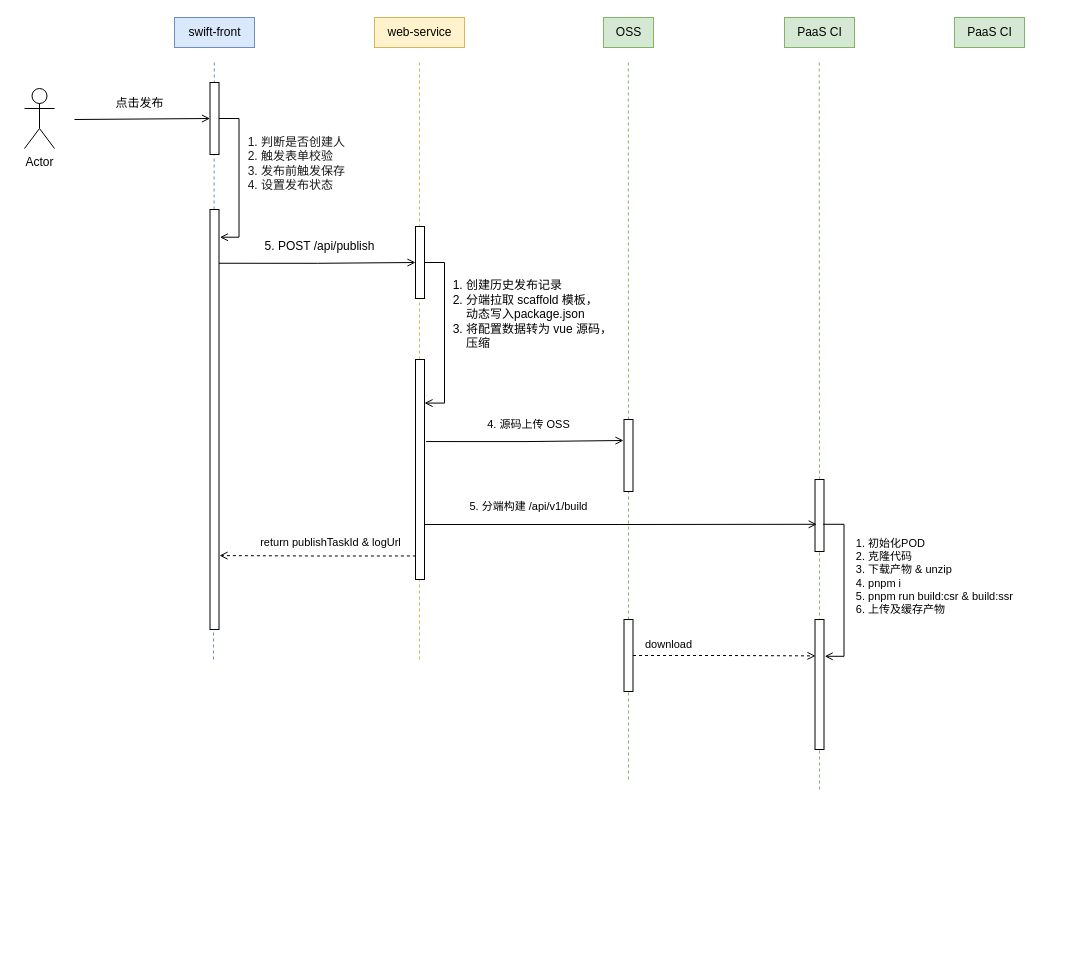
Above: publish/未命名绘图.drawio in shubinla/draw.io (draw.io), before the change. Source tidied: cells renumbered, new cells numbered last; positions are measured from the earlier drawing's top-left corner, leaving out a move shared by most shapes. Both pictures are drawn from the tidied source at 100%, with x=0, y=0 at pixel (24, 17).
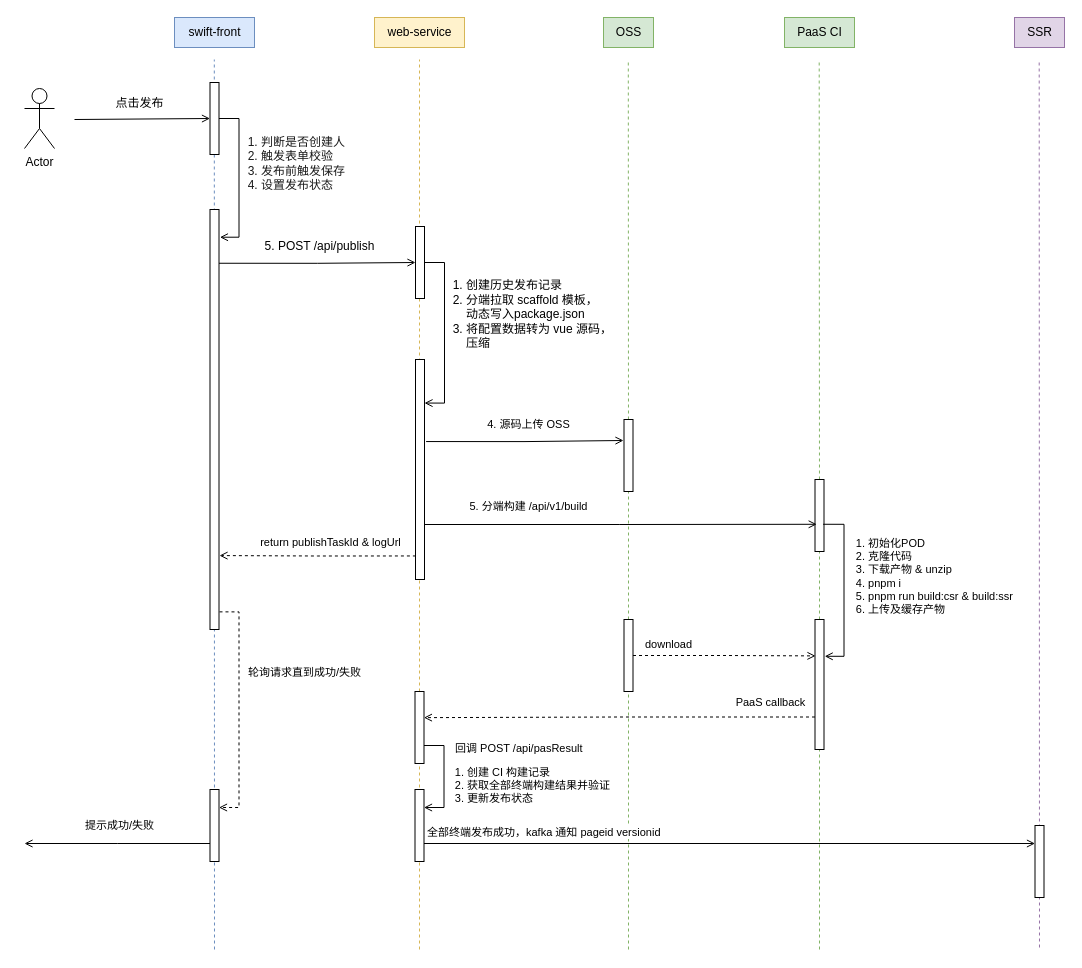
The same page after the edit.

Commit message:
更新未命名绘图.drawio

Unchanged cells that the change refers to:
```xml
<mxCell id="14" style="rounded=0;whiteSpace=wrap;html=1;" parent="1" vertex="1">
  <mxGeometry x="185.5" y="192" width="9" height="420" as="geometry" />
</mxCell>
<mxCell id="29" style="rounded=0;whiteSpace=wrap;html=1;" parent="1" vertex="1">
  <mxGeometry x="790.5" y="462" width="9" height="72" as="geometry" />
</mxCell>
<mxCell id="34" style="rounded=0;whiteSpace=wrap;html=1;" parent="1" vertex="1">
  <mxGeometry x="790.5" y="602" width="9" height="130" as="geometry" />
</mxCell>
<mxCell id="39" style="rounded=0;whiteSpace=wrap;html=1;" parent="1" vertex="1">
  <mxGeometry x="599.5" y="602" width="9" height="72" as="geometry" />
</mxCell>
```

The edit, as a diff of the source:
```diff
@@
-    <mxCell id="2" style="endArrow=none;dashed=1;html=1;rounded=0;fillColor=#fff2cc;strokeColor=#d6b656;" parent="1" edge="1">
+    <mxCell id="2" style="endArrow=none;dashed=1;html=1;rounded=0;fillColor=#fff2cc;strokeColor=#d6b656;" parent="1" edge="1" source="44">
       <mxGeometry relative="1" as="geometry">
-        <mxPoint x="395" y="642" as="sourcePoint" />
         <mxPoint x="395" y="42" as="targetPoint" />
       </mxGeometry>
     </mxCell>
     <mxCell id="3" style="endArrow=none;dashed=1;html=1;rounded=0;fillColor=#dae8fc;strokeColor=#6c8ebf;" parent="1" edge="1">
       <mxGeometry relative="1" as="geometry">
-        <mxPoint x="189" y="642" as="sourcePoint" />
+        <mxPoint x="190" y="932" as="sourcePoint" />
         <mxPoint x="189.8" y="42" as="targetPoint" />
       </mxGeometry>
     </mxCell>
@@
-    <mxCell id="26" value="PaaS CI" style="text;html=1;align=center;verticalAlign=middle;strokeColor=#82b366;fillColor=#d5e8d4;" parent="1" vertex="1">
-      <mxGeometry x="930" width="70" height="30" as="geometry" />
+    <mxCell id="26" value="SSR" style="text;html=1;align=center;verticalAlign=middle;strokeColor=#9673a6;fillColor=#e1d5e7;" parent="1" vertex="1">
+      <mxGeometry x="990" width="50" height="30" as="geometry" />
     </mxCell>
@@
     <mxCell id="28" style="endArrow=none;dashed=1;html=1;rounded=0;fillColor=#d5e8d4;strokeColor=#82b366;" parent="1" edge="1" target="29">
       <mxGeometry relative="1" as="geometry">
-        <mxPoint x="795" y="772" as="sourcePoint" />
+        <mxPoint x="795" y="932" as="sourcePoint" />
       </mxGeometry>
     </mxCell>
@@
     <mxCell id="37" style="endArrow=none;dashed=1;html=1;rounded=0;fillColor=#d5e8d4;strokeColor=#82b366;" parent="1" edge="1" target="39">
       <mxGeometry relative="1" as="geometry">
-        <mxPoint x="604" y="762" as="sourcePoint" />
+        <mxPoint x="604" y="932" as="sourcePoint" />
       </mxGeometry>
     </mxCell>
@@
+    <mxCell id="41" style="endArrow=none;dashed=1;html=1;rounded=0;fillColor=#e1d5e7;strokeColor=#9673a6;" parent="1" edge="1">
+      <mxGeometry relative="1" as="geometry">
+        <mxPoint x="1015" y="930" as="sourcePoint" />
+        <mxPoint x="1014.7" y="42" as="targetPoint" />
+      </mxGeometry>
+    </mxCell>
+    <mxCell id="42" style="endArrow=none;dashed=1;html=1;rounded=0;fillColor=#fff2cc;strokeColor=#d6b656;" parent="1" edge="1" target="44">
+      <mxGeometry relative="1" as="geometry">
+        <mxPoint x="395" y="932" as="sourcePoint" />
+      </mxGeometry>
+    </mxCell>
+    <mxCell id="43" style="edgeStyle=orthogonalEdgeStyle;shape=connector;rounded=0;jettySize=auto;html=1;exitX=1;exitY=0.75;exitDx=0;exitDy=0;entryX=1;entryY=0.25;entryDx=0;entryDy=0;strokeColor=default;align=center;verticalAlign=middle;fontFamily=Helvetica;fontSize=11;fontColor=default;labelBackgroundColor=default;endArrow=open;endFill=0;" parent="1" edge="1" source="44" target="48">
+      <mxGeometry relative="1" as="geometry" />
+    </mxCell>
+    <mxCell id="44" style="rounded=0;whiteSpace=wrap;html=1;" parent="1" vertex="1">
+      <mxGeometry x="390.5" y="674" width="9" height="72" as="geometry" />
+    </mxCell>
+    <mxCell id="45" style="edgeStyle=orthogonalEdgeStyle;shape=connector;rounded=0;jettySize=auto;html=1;exitX=0;exitY=0.75;exitDx=0;exitDy=0;entryX=0.992;entryY=0.363;entryDx=0;entryDy=0;entryPerimeter=0;strokeColor=default;align=center;verticalAlign=middle;fontFamily=Helvetica;fontSize=11;fontColor=default;labelBackgroundColor=default;endArrow=open;endFill=0;dashed=1;" parent="1" edge="1" source="34" target="44">
+      <mxGeometry relative="1" as="geometry" />
+    </mxCell>
+    <mxCell id="46" value="PaaS callback" style="text;html=1;align=center;verticalAlign=middle;strokeColor=none;fillColor=none;fontFamily=Helvetica;fontSize=11;fontColor=default;labelBackgroundColor=default;" parent="1" vertex="1">
+      <mxGeometry x="700.5" y="670" width="90" height="30" as="geometry" />
+    </mxCell>
+    <mxCell id="47" style="edgeStyle=orthogonalEdgeStyle;shape=connector;rounded=0;jettySize=auto;html=1;exitX=1;exitY=0.75;exitDx=0;exitDy=0;entryX=0;entryY=0.25;entryDx=0;entryDy=0;strokeColor=default;align=center;verticalAlign=middle;fontFamily=Helvetica;fontSize=11;fontColor=default;labelBackgroundColor=default;endArrow=open;endFill=0;" parent="1" edge="1" source="48" target="56">
+      <mxGeometry relative="1" as="geometry" />
+    </mxCell>
+    <mxCell id="48" style="rounded=0;whiteSpace=wrap;html=1;" parent="1" vertex="1">
+      <mxGeometry x="390.5" y="772" width="9" height="72" as="geometry" />
+    </mxCell>
+    <mxCell id="49" value="回调 POST /api/pasResult&amp;nbsp;" style="text;html=1;align=left;verticalAlign=middle;strokeColor=none;fillColor=none;fontFamily=Helvetica;fontSize=11;fontColor=default;labelBackgroundColor=default;" parent="1" vertex="1">
+      <mxGeometry x="429" y="716" width="150" height="30" as="geometry" />
+    </mxCell>
+    <mxCell id="50" value="&lt;ol&gt;&lt;li&gt;创建 CI 构建记录&lt;/li&gt;&lt;li&gt;获取全部终端构建结果并验证&lt;/li&gt;&lt;li&gt;更新发布状态&lt;/li&gt;&lt;/ol&gt;" style="text;html=1;align=left;verticalAlign=middle;strokeColor=none;fillColor=none;fontFamily=Helvetica;fontSize=11;fontColor=default;labelBackgroundColor=none;" parent="1" vertex="1">
+      <mxGeometry x="401" y="728" width="210" height="80" as="geometry" />
+    </mxCell>
+    <mxCell id="51" style="edgeStyle=orthogonalEdgeStyle;shape=connector;rounded=0;jettySize=auto;html=1;exitX=0;exitY=0.75;exitDx=0;exitDy=0;strokeColor=default;align=center;verticalAlign=middle;fontFamily=Helvetica;fontSize=11;fontColor=default;labelBackgroundColor=default;endArrow=open;endFill=0;" parent="1" edge="1" source="52">
+      <mxGeometry relative="1" as="geometry">
+        <mxPoint y="826" as="targetPoint" />
+      </mxGeometry>
+    </mxCell>
+    <mxCell id="52" style="rounded=0;whiteSpace=wrap;html=1;" parent="1" vertex="1">
+      <mxGeometry x="185.5" y="772" width="9" height="72" as="geometry" />
+    </mxCell>
+    <mxCell id="53" style="edgeStyle=orthogonalEdgeStyle;shape=connector;rounded=0;jettySize=auto;html=1;exitX=1.056;exitY=0.958;exitDx=0;exitDy=0;entryX=1;entryY=0.25;entryDx=0;entryDy=0;strokeColor=default;align=center;verticalAlign=middle;fontFamily=Helvetica;fontSize=11;fontColor=default;labelBackgroundColor=default;endArrow=open;endFill=0;exitPerimeter=0;dashed=1;" parent="1" edge="1" source="14" target="52">
+      <mxGeometry relative="1" as="geometry" />
+    </mxCell>
+    <mxCell id="54" value="轮询请求直到成功/失败" style="text;html=1;align=center;verticalAlign=middle;strokeColor=none;fillColor=none;fontFamily=Helvetica;fontSize=11;fontColor=default;labelBackgroundColor=default;" parent="1" vertex="1">
+      <mxGeometry x="210" y="640" width="140" height="30" as="geometry" />
+    </mxCell>
+    <mxCell id="55" value="提示成功/失败" style="text;html=1;align=center;verticalAlign=middle;strokeColor=none;fillColor=none;fontFamily=Helvetica;fontSize=11;fontColor=default;labelBackgroundColor=default;" parent="1" vertex="1">
+      <mxGeometry x="50" y="793" width="90" height="30" as="geometry" />
+    </mxCell>
+    <mxCell id="56" style="rounded=0;whiteSpace=wrap;html=1;" parent="1" vertex="1">
+      <mxGeometry x="1010.5" y="808" width="9" height="72" as="geometry" />
+    </mxCell>
+    <mxCell id="57" value="全部终端发布成功，kafka 通知 pageid versionid" style="text;html=1;align=left;verticalAlign=middle;strokeColor=none;fillColor=none;fontFamily=Helvetica;fontSize=11;fontColor=default;labelBackgroundColor=default;" parent="1" vertex="1">
+      <mxGeometry x="401" y="800" width="260" height="30" as="geometry" />
+    </mxCell>
```
